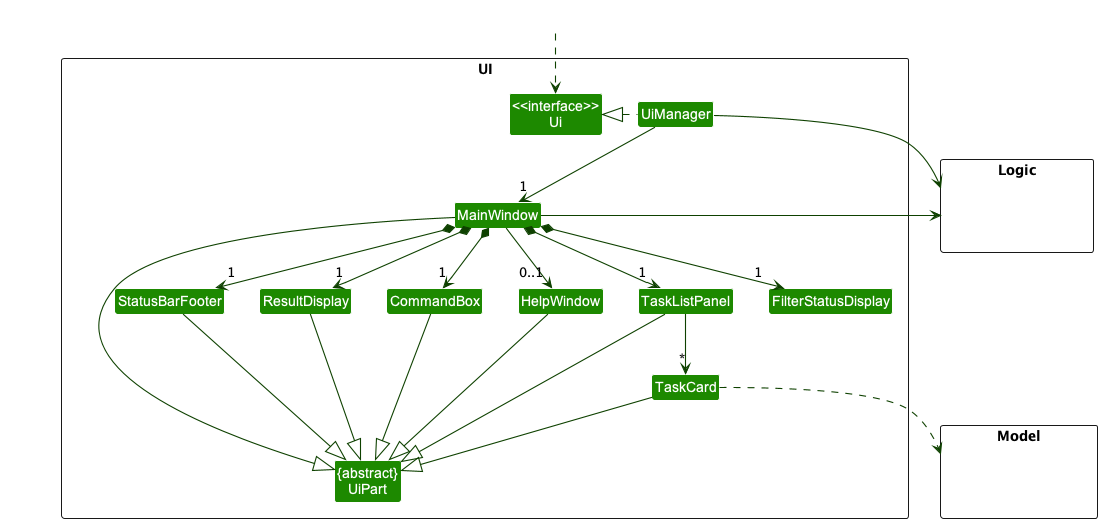
The PlantUML diagram docs/images/UiClassDiagram.png in nus-cs2103-AY2223S1/tp, before a commit.
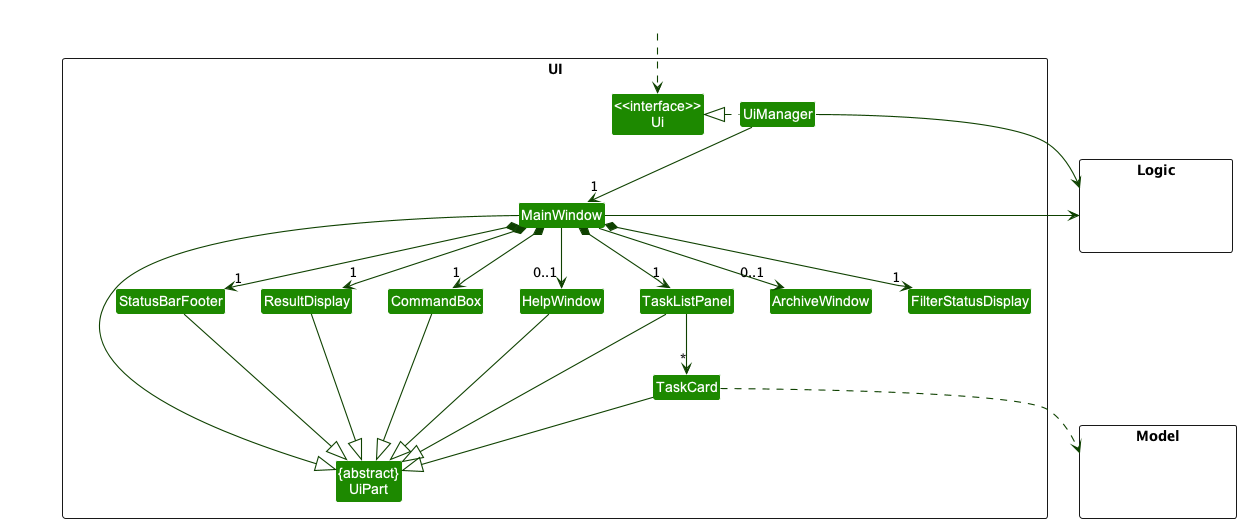
Later version of the same file.

Diff of the diagram source:
```diff
@@ -10,6 +10,7 @@
 Class UiManager
 Class MainWindow
 Class HelpWindow
+Class ArchiveWindow
 Class ResultDisplay
 Class TaskListPanel
 Class TaskCard
@@ -37,6 +38,7 @@
 MainWindow *-down-> "1" StatusBarFooter
 MainWindow *-down-> "1" FilterStatusDisplay
 MainWindow --> "0..1" HelpWindow
+MainWindow --> "0..1" ArchiveWindow
 
 TaskListPanel -down-> "*" TaskCard
 
```
